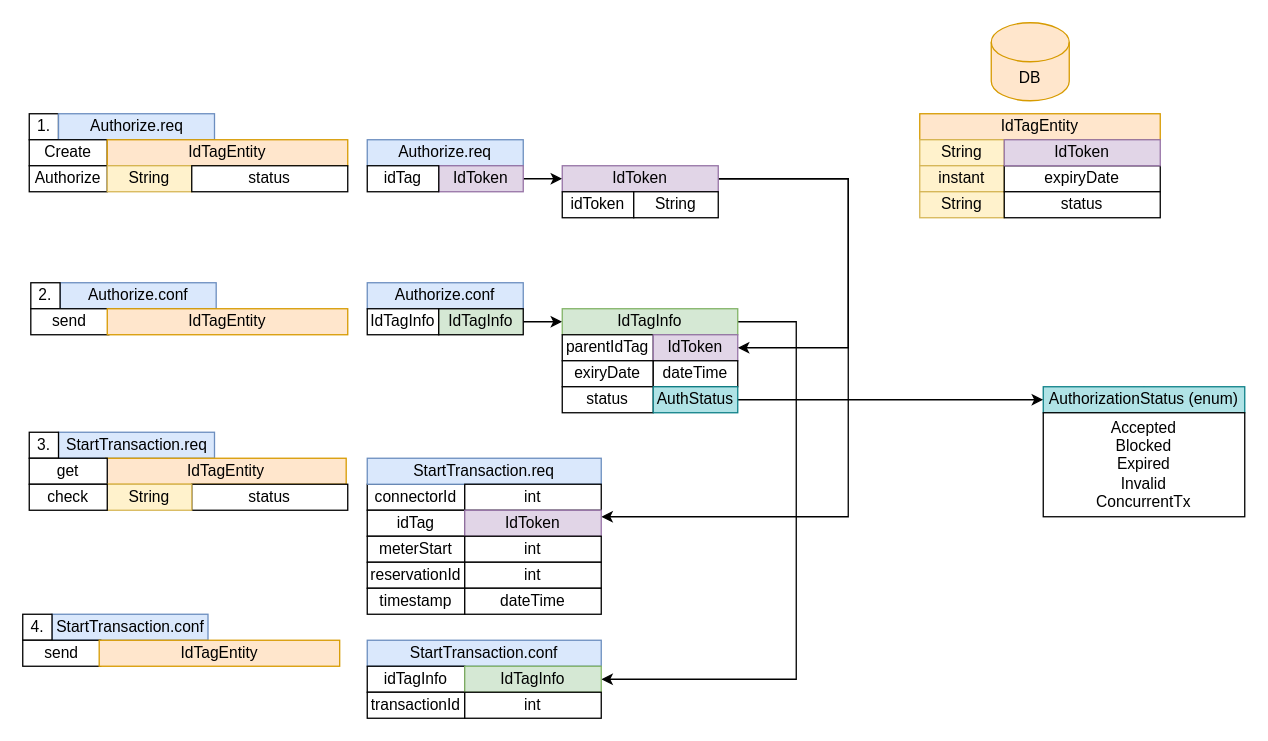
This is AuthOcpp.drawio from stefanszeke/diargrams_io, a draw.io file, before an edit. Source tidied: cells renumbered, new cells numbered last; positions are measured from the earlier drawing's top-left corner, leaving out a move shared by most shapes. Both pictures are drawn from the tidied source at 130%, with x=0, y=0 at pixel (22, 22).
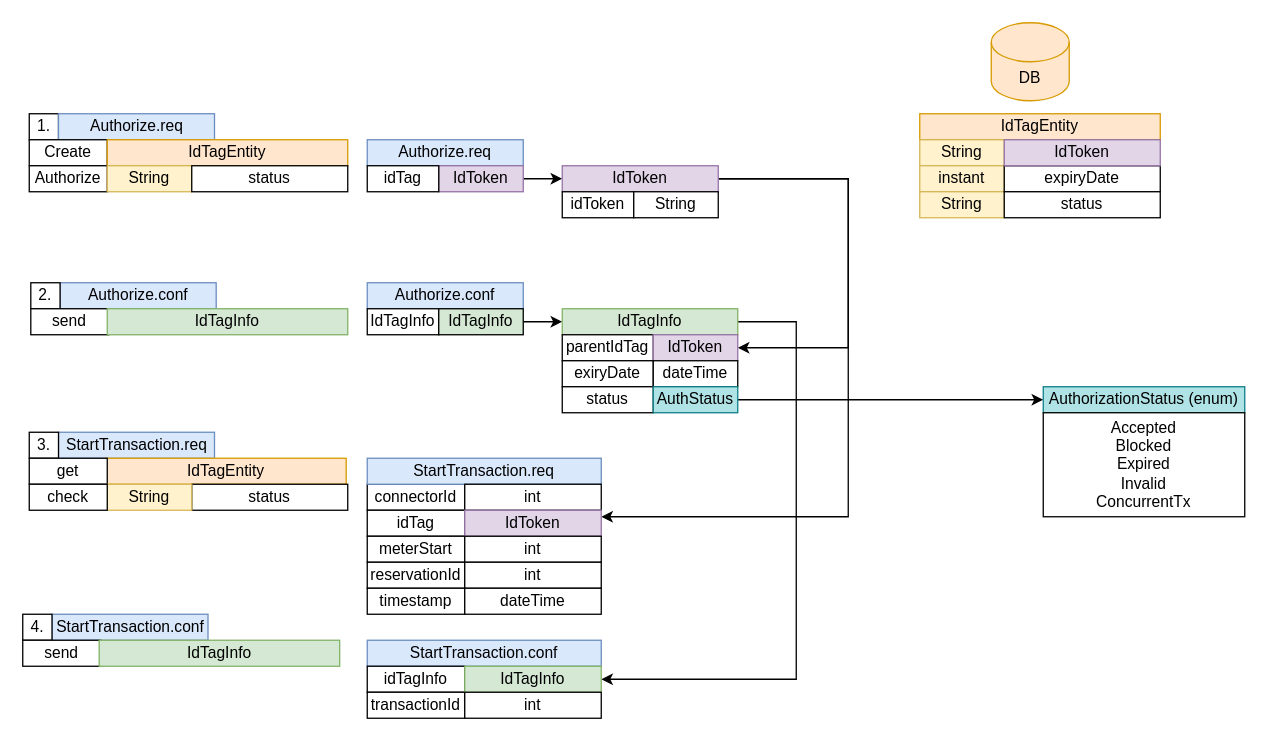
Above is the later version.

Diff of the diagram source:
```diff
@@
-    <mxCell id="61" value="IdTagEntity" style="rounded=0;whiteSpace=wrap;html=1;fillColor=#ffe6cc;strokeColor=#d79b00;" parent="1" vertex="1">
+    <mxCell id="61" value="&lt;div&gt;IdTagInfo&lt;/div&gt;" style="rounded=0;whiteSpace=wrap;html=1;fillColor=#d5e8d4;strokeColor=#82b366;" parent="1" vertex="1">
       <mxGeometry x="65" y="220" width="185" height="20" as="geometry" />
     </mxCell>
@@
-    <mxCell id="69" value="IdTagEntity" style="rounded=0;whiteSpace=wrap;html=1;fillColor=#ffe6cc;strokeColor=#d79b00;" parent="1" vertex="1">
+    <mxCell id="69" value="&lt;div&gt;IdTagInfo&lt;/div&gt;" style="rounded=0;whiteSpace=wrap;html=1;fillColor=#d5e8d4;strokeColor=#82b366;" parent="1" vertex="1">
       <mxGeometry x="58.8" y="475" width="185" height="20" as="geometry" />
     </mxCell>
```
